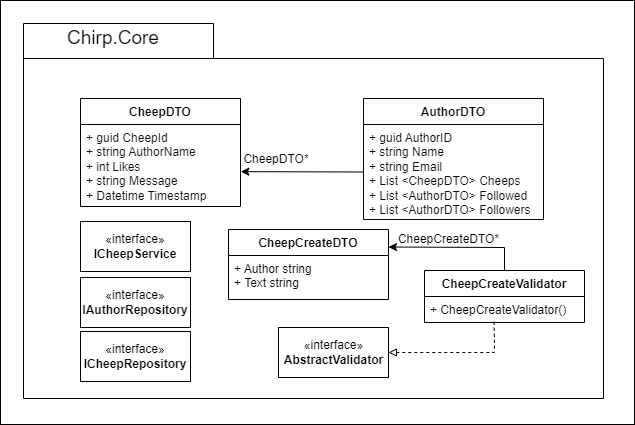
Earlier version of the draw.io export Docs/Images/PackagesUMLClassDiagrams/PackageCoreUMLDiagram.png (ITU-BDSA23-GROUP4/Chirp). Source tidied: cells renumbered, new cells last; positions are measured from the earlier drawing's top-left corner, leaving out a move shared by most shapes.
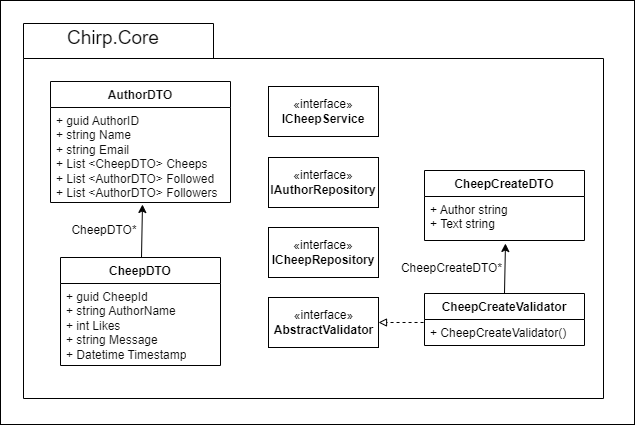
After the commit.

Commit message:
Adjusted Chirp.Core UML diagram to fit with the convention Helge told us in lecture 11: Inheritance top-down, Reference: left-right

Diff of the diagram source:
```diff
@@ -8,23 +8,26 @@
     <mxCell id="3" style="shape=folder;fontStyle=1;spacingTop=10;tabWidth=190;tabHeight=35;tabPosition=left;html=1;fillColor=none;strokeColor=#000000;" parent="1" vertex="1">
       <mxGeometry x="23" y="23" width="580" height="375" as="geometry" />
     </mxCell>
+    <mxCell id="23" style="edgeStyle=none;html=1;entryX=0.511;entryY=1.021;entryDx=0;entryDy=0;entryPerimeter=0;strokeColor=#000000;" parent="1" edge="1" source="4" target="7">
+      <mxGeometry relative="1" as="geometry" />
+    </mxCell>
     <mxCell id="4" value="&lt;font color=&quot;#030303&quot;&gt;CheepDTO&lt;/font&gt;" style="swimlane;fontStyle=1;align=center;verticalAlign=top;horizontal=1;startSize=26;whiteSpace=wrap;html=1;strokeColor=#000000;fillColor=none;" parent="1" vertex="1">
-      <mxGeometry x="80" y="98" width="160" height="108" as="geometry" />
+      <mxGeometry x="60" y="257" width="160" height="108" as="geometry" />
     </mxCell>
     <mxCell id="5" value="&lt;font color=&quot;#0d0d0d&quot;&gt;+ guid CheepId&lt;br&gt;+ string AuthorName&lt;br&gt;+ int Likes&lt;br&gt;+ string Message&lt;br&gt;+ Datetime Timestamp&lt;/font&gt;" style="text;strokeColor=none;fillColor=none;align=left;verticalAlign=top;spacingLeft=4;spacingRight=4;overflow=hidden;points=[[0,0.5],[1,0.5]];portConstraint=eastwest;whiteSpace=wrap;html=1;" parent="4" vertex="1">
       <mxGeometry y="26" width="160" height="82" as="geometry" />
     </mxCell>
     <mxCell id="6" value="&lt;font color=&quot;#0d0d0d&quot;&gt;AuthorDTO&lt;/font&gt;" style="swimlane;fontStyle=1;align=center;verticalAlign=top;horizontal=1;startSize=26;whiteSpace=wrap;html=1;fillColor=none;strokeWidth=1;strokeColor=#030303;" parent="1" vertex="1">
-      <mxGeometry x="363" y="98" width="180" height="121" as="geometry" />
+      <mxGeometry x="50" y="81" width="180" height="121" as="geometry" />
     </mxCell>
     <mxCell id="7" value="&lt;font color=&quot;#0d0d0d&quot;&gt;+ guid AuthorID&lt;br&gt;+ string Name&lt;br&gt;+ string Email&lt;br&gt;+ List &amp;lt;CheepDTO&amp;gt; Cheeps&lt;br&gt;+ List &amp;lt;AuthorDTO&amp;gt; Followed&lt;br&gt;+ List &amp;lt;AuthorDTO&amp;gt; Followers&lt;br&gt;&lt;/font&gt;" style="text;strokeColor=none;fillColor=none;align=left;verticalAlign=top;spacingLeft=4;spacingRight=4;overflow=hidden;points=[[0,0.5],[1,0.5]];portConstraint=eastwest;whiteSpace=wrap;html=1;" parent="6" vertex="1">
       <mxGeometry y="26" width="180" height="95" as="geometry" />
     </mxCell>
     <mxCell id="8" value="&lt;font color=&quot;#000000&quot;&gt;CheepDTO*&lt;/font&gt;" style="text;html=1;strokeColor=none;fillColor=none;align=center;verticalAlign=middle;whiteSpace=wrap;rounded=0;" parent="1" vertex="1">
-      <mxGeometry x="246" y="144" width="60" height="30" as="geometry" />
+      <mxGeometry x="74" y="215" width="60" height="30" as="geometry" />
     </mxCell>
     <mxCell id="9" value="&lt;font color=&quot;#000000&quot;&gt;CheepCreateDTO&lt;/font&gt;" style="swimlane;fontStyle=1;align=center;verticalAlign=top;horizontal=1;startSize=26;whiteSpace=wrap;html=1;strokeColor=#000000;fillColor=none;" parent="1" vertex="1">
-      <mxGeometry x="228" y="229" width="160" height="70" as="geometry" />
+      <mxGeometry x="424" y="170" width="160" height="70" as="geometry" />
     </mxCell>
     <mxCell id="10" value="&lt;font color=&quot;#000000&quot;&gt;+ Author string&lt;br&gt;+ Text string&lt;/font&gt;" style="text;strokeColor=none;fillColor=none;align=left;verticalAlign=top;spacingLeft=4;spacingRight=4;overflow=hidden;points=[[0,0.5],[1,0.5]];portConstraint=eastwest;whiteSpace=wrap;html=1;" parent="9" vertex="1">
       <mxGeometry y="26" width="160" height="44" as="geometry" />
@@ -33,45 +36,34 @@
       <mxGeometry x="83" y="23" width="60" height="30" as="geometry" />
     </mxCell>
     <mxCell id="12" value="&lt;font color=&quot;#000000&quot;&gt;«interface»&lt;br&gt;&lt;b&gt;ICheepRepository&lt;/b&gt;&lt;/font&gt;" style="html=1;whiteSpace=wrap;strokeColor=#000000;fillColor=none;" parent="1" vertex="1">
-      <mxGeometry x="80" y="331" width="110" height="50" as="geometry" />
+      <mxGeometry x="268" y="227" width="110" height="50" as="geometry" />
     </mxCell>
     <mxCell id="13" value="&lt;font color=&quot;#030303&quot;&gt;«interface»&lt;br&gt;&lt;b&gt;IAuthorRepository&lt;/b&gt;&lt;/font&gt;" style="html=1;whiteSpace=wrap;strokeColor=#000000;fillColor=none;" parent="1" vertex="1">
-      <mxGeometry x="80" y="277" width="110" height="50" as="geometry" />
+      <mxGeometry x="268" y="157" width="110" height="50" as="geometry" />
     </mxCell>
     <mxCell id="14" value="&lt;font color=&quot;#030303&quot;&gt;«interface»&lt;br&gt;&lt;b&gt;ICheepService&lt;/b&gt;&lt;/font&gt;" style="html=1;whiteSpace=wrap;strokeColor=#000000;fillColor=none;" parent="1" vertex="1">
-      <mxGeometry x="80" y="221" width="110" height="50" as="geometry" />
+      <mxGeometry x="268" y="86" width="110" height="50" as="geometry" />
     </mxCell>
-    <mxCell id="15" style="edgeStyle=none;html=1;entryX=1;entryY=0.5;entryDx=0;entryDy=0;strokeColor=#000000;fontColor=#000000;endArrow=block;endFill=0;exitX=0.435;exitY=0.971;exitDx=0;exitDy=0;exitPerimeter=0;rounded=0;dashed=1;" parent="1" edge="1" source="18" target="19">
-      <mxGeometry relative="1" as="geometry">
-        <Array as="points">
-          <mxPoint x="494" y="352" />
-        </Array>
-      </mxGeometry>
+    <mxCell id="15" style="edgeStyle=none;html=1;entryX=1;entryY=0.5;entryDx=0;entryDy=0;strokeColor=#000000;fontColor=#000000;endArrow=block;endFill=0;exitX=-0.006;exitY=0.115;exitDx=0;exitDy=0;exitPerimeter=0;rounded=0;dashed=1;" parent="1" edge="1" source="18" target="19">
+      <mxGeometry relative="1" as="geometry" />
     </mxCell>
-    <mxCell id="16" style="edgeStyle=none;rounded=0;html=1;entryX=1;entryY=0.25;entryDx=0;entryDy=0;strokeColor=#000000;fontColor=#000000;endArrow=classic;endFill=1;" parent="1" edge="1" source="17" target="9">
-      <mxGeometry relative="1" as="geometry">
-        <Array as="points">
-          <mxPoint x="504" y="247" />
-        </Array>
-      </mxGeometry>
-    </mxCell>
+    <mxCell id="24" style="edgeStyle=none;html=1;exitX=0.5;exitY=0;exitDx=0;exitDy=0;entryX=0.506;entryY=1.068;entryDx=0;entryDy=0;entryPerimeter=0;strokeColor=#000000;" parent="1" edge="1" source="17" target="10">
+      <mxGeometry relative="1" as="geometry" />
+    </mxCell>
     <mxCell id="17" value="CheepCreateValidator" style="swimlane;fontStyle=1;align=center;verticalAlign=top;horizontal=1;startSize=26;labelBackgroundColor=none;strokeColor=#000000;strokeWidth=1;fontColor=#000000;fillColor=none;" parent="1" vertex="1">
-      <mxGeometry x="424" y="270" width="160" height="52" as="geometry" />
+      <mxGeometry x="424" y="293" width="160" height="52" as="geometry" />
     </mxCell>
     <mxCell id="18" value="+ CheepCreateValidator()" style="text;strokeColor=none;fillColor=none;align=left;verticalAlign=top;spacingLeft=4;spacingRight=4;overflow=hidden;points=[[0,0.5],[1,0.5]];portConstraint=eastwest;labelBackgroundColor=none;strokeWidth=1;fontColor=#000000;" parent="17" vertex="1">
       <mxGeometry y="26" width="160" height="26" as="geometry" />
     </mxCell>
     <mxCell id="19" value="«interface»&lt;br&gt;&lt;b&gt;AbstractValidator&lt;/b&gt;" style="html=1;labelBackgroundColor=none;strokeColor=#000000;strokeWidth=1;fontColor=#000000;fillColor=none;" parent="1" vertex="1">
-      <mxGeometry x="278" y="327" width="110" height="50" as="geometry" />
+      <mxGeometry x="268" y="297" width="110" height="50" as="geometry" />
     </mxCell>
     <mxCell id="20" style="text;strokeColor=none;fillColor=none;align=left;verticalAlign=middle;spacingTop=-1;spacingLeft=4;spacingRight=4;labelPosition=right;labelBackgroundColor=none;strokeWidth=1;fontColor=#000000;" parent="1" vertex="1">
       <mxGeometry x="378" y="271" width="20" height="14" as="geometry" />
     </mxCell>
     <mxCell id="21" value="CheepCreateDTO*" style="text;html=1;align=center;verticalAlign=middle;strokeColor=none;fillColor=none;fontColor=#000000;" parent="1" vertex="1">
-      <mxGeometry x="388" y="226" width="119" height="26" as="geometry" />
+      <mxGeometry x="391" y="255" width="119" height="26" as="geometry" />
     </mxCell>
-    <mxCell id="22" style="edgeStyle=none;html=1;exitX=0;exitY=0.5;exitDx=0;exitDy=0;strokeColor=#000000;endArrow=classic;endFill=1;entryX=1.002;entryY=0.575;entryDx=0;entryDy=0;entryPerimeter=0;" parent="1" edge="1" source="7" target="5">
-      <mxGeometry relative="1" as="geometry" />
-    </mxCell>
   </root>
 </mxGraphModel>
```
